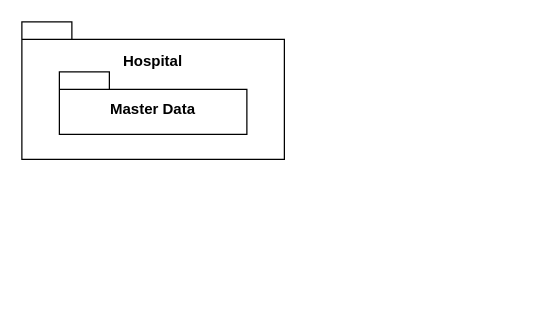
Before: docs/geral/views/level-2/implementation/vista_implementacao.drawio in andredsferreira/p5sem-3dj-g59, a draw.io diagram. Source tidied: cells renumbered, new cells numbered last; positions are measured from the earlier drawing's top-left corner, leaving out a move shared by most shapes. Both pictures are drawn from the tidied source at 125%, with x=0, y=0 at pixel (21, 21).
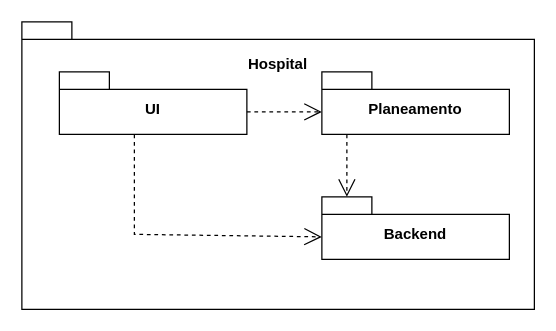
After the change.

Change to the diagram source:
```diff
@@
 <mxGraphModel>
   <root>
     <mxCell id="0" />
     <mxCell id="1" parent="0" />
-    <mxCell id="2" value="Hospital&lt;div&gt;&lt;br&gt;&lt;/div&gt;&lt;div&gt;&lt;br&gt;&lt;/div&gt;&lt;div&gt;&lt;br&gt;&lt;/div&gt;&lt;div&gt;&lt;br&gt;&lt;/div&gt;" style="shape=folder;fontStyle=1;spacingTop=10;tabWidth=40;tabHeight=14;tabPosition=left;html=1;whiteSpace=wrap;" parent="1" vertex="1">
-      <mxGeometry width="210" height="110" as="geometry" />
+    <mxCell id="2" value="Hospital&lt;div&gt;&lt;br&gt;&lt;/div&gt;&lt;div&gt;&lt;br&gt;&lt;/div&gt;&lt;div&gt;&lt;br&gt;&lt;/div&gt;&lt;div&gt;&lt;br&gt;&lt;/div&gt;&lt;div&gt;&lt;br&gt;&lt;/div&gt;&lt;div&gt;&lt;br&gt;&lt;/div&gt;&lt;div&gt;&lt;br&gt;&lt;/div&gt;&lt;div&gt;&lt;br&gt;&lt;/div&gt;&lt;div&gt;&lt;br&gt;&lt;/div&gt;&lt;div&gt;&lt;br&gt;&lt;/div&gt;&lt;div&gt;&lt;br&gt;&lt;/div&gt;&lt;div&gt;&lt;br&gt;&lt;/div&gt;" style="shape=folder;fontStyle=1;spacingTop=10;tabWidth=40;tabHeight=14;tabPosition=left;html=1;whiteSpace=wrap;" parent="1" vertex="1">
+      <mxGeometry width="410" height="230" as="geometry" />
     </mxCell>
-    <mxCell id="3" value="Master Data" style="shape=folder;fontStyle=1;spacingTop=10;tabWidth=40;tabHeight=14;tabPosition=left;html=1;whiteSpace=wrap;" parent="1" vertex="1">
+    <mxCell id="3" value="UI" style="shape=folder;fontStyle=1;spacingTop=10;tabWidth=40;tabHeight=14;tabPosition=left;html=1;whiteSpace=wrap;" parent="1" vertex="1">
       <mxGeometry x="30" y="40" width="150" height="50" as="geometry" />
     </mxCell>
+    <mxCell id="4" style="endArrow=open;endSize=12;dashed=1;html=1;rounded=0;entryX=0;entryY=0;entryDx=0;entryDy=32;entryPerimeter=0;exitX=0;exitY=0;exitDx=150;exitDy=32;exitPerimeter=0;" parent="1" edge="1" source="3" target="5">
+      <mxGeometry relative="1" as="geometry" />
+    </mxCell>
+    <mxCell id="5" value="Planeamento" style="shape=folder;fontStyle=1;spacingTop=10;tabWidth=40;tabHeight=14;tabPosition=left;html=1;whiteSpace=wrap;" parent="1" vertex="1">
+      <mxGeometry x="240" y="40" width="150" height="50" as="geometry" />
+    </mxCell>
+    <mxCell id="6" value="Backend" style="shape=folder;fontStyle=1;spacingTop=10;tabWidth=40;tabHeight=14;tabPosition=left;html=1;whiteSpace=wrap;" parent="1" vertex="1">
+      <mxGeometry x="240" y="140" width="150" height="50" as="geometry" />
+    </mxCell>
+    <mxCell id="7" style="endArrow=open;endSize=12;dashed=1;html=1;rounded=0;entryX=0;entryY=0;entryDx=20;entryDy=0;entryPerimeter=0;" parent="1" edge="1" target="6">
+      <mxGeometry relative="1" as="geometry">
+        <mxPoint x="260" y="90" as="sourcePoint" />
+      </mxGeometry>
+    </mxCell>
+    <mxCell id="8" style="endArrow=open;endSize=12;dashed=1;html=1;rounded=0;entryX=0;entryY=0;entryDx=0;entryDy=32;entryPerimeter=0;" parent="1" edge="1" target="6">
+      <mxGeometry relative="1" as="geometry">
+        <mxPoint x="90" y="90" as="sourcePoint" />
+        <Array as="points">
+          <mxPoint x="90" y="170" />
+        </Array>
+      </mxGeometry>
+    </mxCell>
   </root>
 </mxGraphModel>
```
